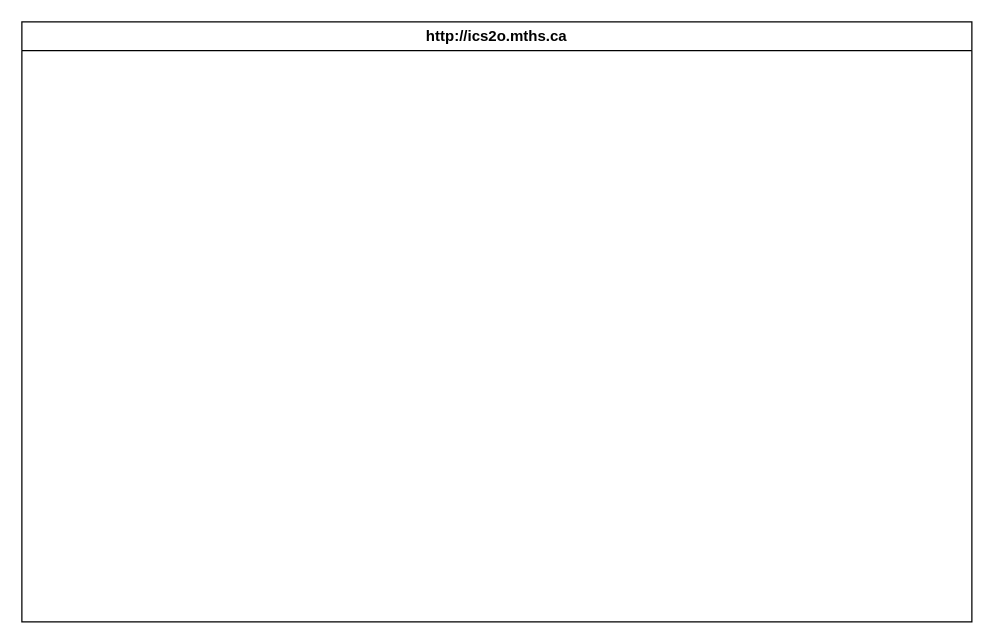
The draw.io diagram design/storyboard.drawio in MTHS-ICD2O-1-2023/ICD2O-Unit-5-08-George-Khalil-29, before the edit. Source tidied: cells renumbered, new cells numbered last; positions are measured from the earlier drawing's top-left corner, leaving out a move shared by most shapes. Both pictures are drawn from the tidied source at 125%, with x=0, y=0 at pixel (21, 21).
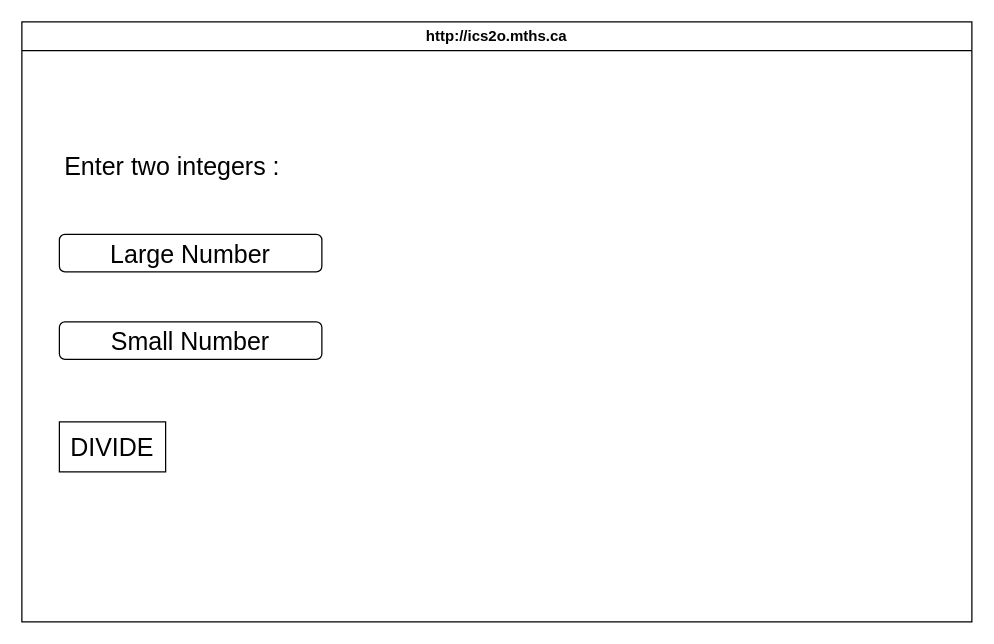
The same diagram, later.

The edit, as a diff of the source:
```diff
@@
 <mxGraphModel>
   <root>
     <mxCell id="0" />
     <mxCell id="1" parent="0" />
     <mxCell id="2" value="http://ics2o.mths.ca" style="swimlane;whiteSpace=wrap;html=1;" parent="1" vertex="1">
       <mxGeometry width="760" height="480" as="geometry" />
     </mxCell>
+    <mxCell id="3" value="&lt;font style=&quot;font-size: 20px;&quot;&gt;Enter two integers :&lt;/font&gt;" style="text;html=1;align=center;verticalAlign=middle;strokeColor=none;fillColor=none;" parent="2" vertex="1">
+      <mxGeometry x="20" y="95" width="200" height="40" as="geometry" />
+    </mxCell>
+    <mxCell id="4" value="Large Number" style="rounded=1;whiteSpace=wrap;html=1;fontSize=20;" parent="2" vertex="1">
+      <mxGeometry x="30" y="170" width="210" height="30" as="geometry" />
+    </mxCell>
+    <mxCell id="5" value="Small Number" style="rounded=1;whiteSpace=wrap;html=1;fontSize=20;" parent="2" vertex="1">
+      <mxGeometry x="30" y="240" width="210" height="30" as="geometry" />
+    </mxCell>
+    <mxCell id="6" value="DIVIDE" style="rounded=0;whiteSpace=wrap;html=1;fontSize=20;" parent="2" vertex="1">
+      <mxGeometry x="30" y="320" width="85" height="40" as="geometry" />
+    </mxCell>
   </root>
 </mxGraphModel>
```
